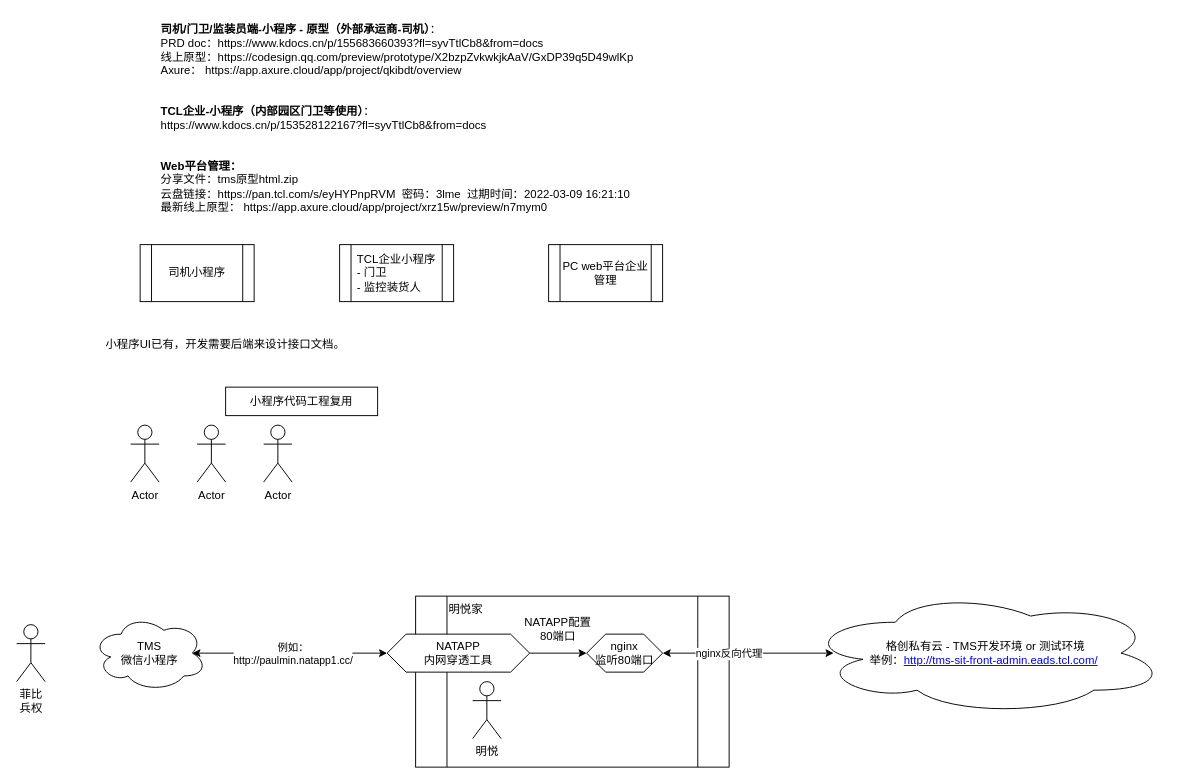
lawplus/diagrams keeps this draw.io diagram as page "触点端" (1 of 11) of TMS.drawio. Above is the earlier version. Source tidied: cells renumbered, new cells numbered last; positions are measured from the earlier drawing's top-left corner, leaving out a move shared by most shapes. Both pictures are drawn from the tidied source at 95%, with x=0, y=0 at pixel (16, 16).
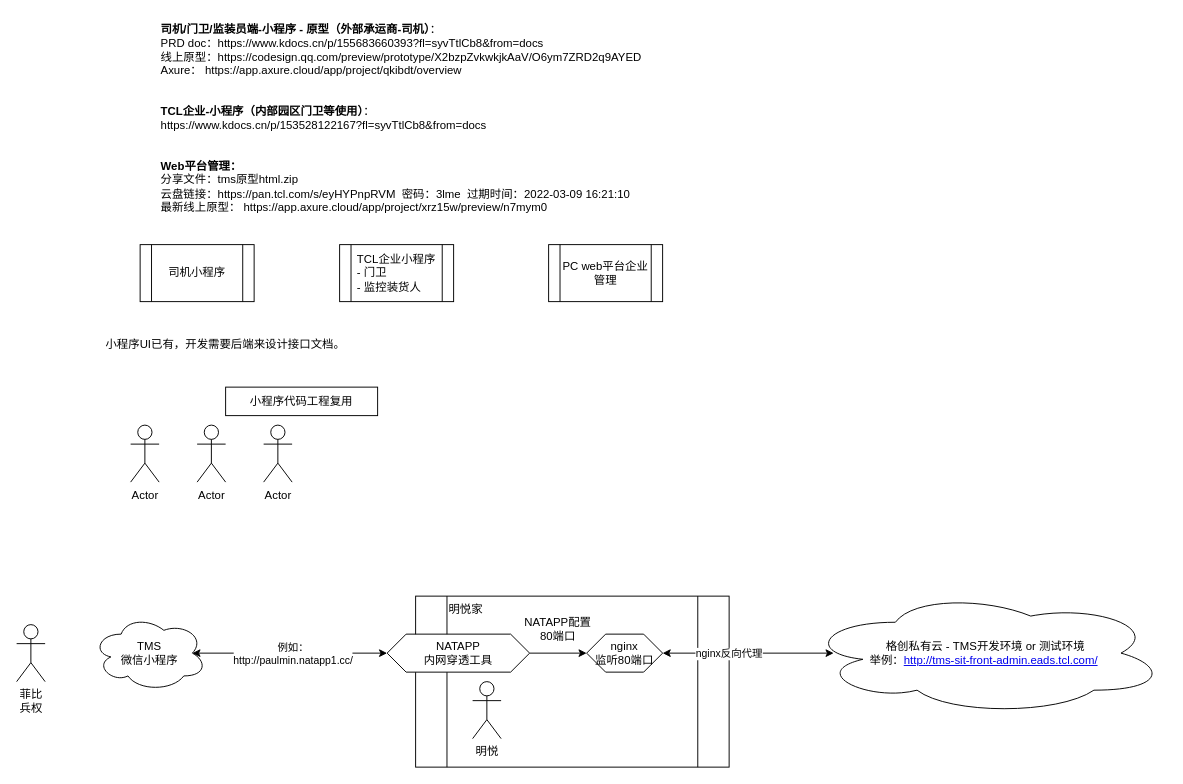
Above is the later version.

Diff of the diagram source:
```diff
@@
-    <mxCell id="3" value="&lt;b&gt;司机/门卫/监装员端-小程序 - 原型（外部承运商-司机）&lt;/b&gt;：&amp;nbsp;&lt;br&gt;PRD doc：https://www.kdocs.cn/p/155683660393?fl=syvTtlCb8&amp;amp;from=docs &lt;br&gt;线上原型：https://codesign.qq.com/preview/prototype/X2bzpZvkwkjkAaV/GxDP39q5D49wlKp&lt;br&gt;Axure：&amp;nbsp;https://app.axure.cloud/app/project/qkibdt/overview&lt;br&gt;&lt;br&gt;&lt;br&gt;&lt;b&gt;TCL企业-小程序（内部园区门卫等使用）&lt;/b&gt;：&lt;br&gt;https://www.kdocs.cn/p/153528122167?fl=syvTtlCb8&amp;amp;from=docs&lt;br&gt;&lt;br&gt;&lt;br&gt;&lt;b&gt;Web平台管理：&lt;/b&gt;&lt;br&gt;&lt;div&gt;分享文件：tms原型html.zip&lt;/div&gt;&lt;div&gt;云盘链接：https://pan.tcl.com/s/eyHYPnpRVM&amp;nbsp; 密码：3lme&amp;nbsp; 过期时间：2022-03-09 16:21:10&lt;/div&gt;&lt;div&gt;最新线上原型：&amp;nbsp;https://app.axure.cloud/app/project/xrz15w/preview/n7mym0&lt;/div&gt;" style="text;whiteSpace=wrap;html=1;" parent="1" vertex="1">
-      <mxGeometry x="150" width="590" height="200" as="geometry" />
+    <mxCell id="3" value="&lt;b&gt;司机/门卫/监装员端-小程序 - 原型（外部承运商-司机）&lt;/b&gt;：&amp;nbsp;&lt;br&gt;PRD doc：https://www.kdocs.cn/p/155683660393?fl=syvTtlCb8&amp;amp;from=docs &lt;br&gt;线上原型：https://codesign.qq.com/preview/prototype/X2bzpZvkwkjkAaV/O6ym7ZRD2q9AYED&lt;br&gt;Axure：&amp;nbsp;https://app.axure.cloud/app/project/qkibdt/overview&lt;br&gt;&lt;br&gt;&lt;br&gt;&lt;b&gt;TCL企业-小程序（内部园区门卫等使用）&lt;/b&gt;：&lt;br&gt;https://www.kdocs.cn/p/153528122167?fl=syvTtlCb8&amp;amp;from=docs&lt;br&gt;&lt;br&gt;&lt;br&gt;&lt;b&gt;Web平台管理：&lt;/b&gt;&lt;br&gt;&lt;div&gt;分享文件：tms原型html.zip&lt;/div&gt;&lt;div&gt;云盘链接：https://pan.tcl.com/s/eyHYPnpRVM&amp;nbsp; 密码：3lme&amp;nbsp; 过期时间：2022-03-09 16:21:10&lt;/div&gt;&lt;div&gt;最新线上原型：&amp;nbsp;https://app.axure.cloud/app/project/xrz15w/preview/n7mym0&lt;/div&gt;" style="text;whiteSpace=wrap;html=1;" parent="1" vertex="1">
+      <mxGeometry x="150" width="590" height="220" as="geometry" />
     </mxCell>
```
